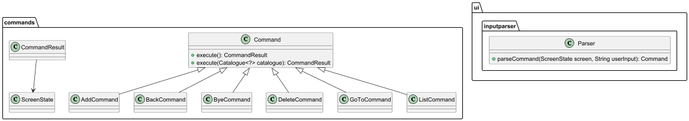
The PlantUML diagram docs/diagrams/logic.png in ChingWhee/tp, before a commit. Source of this version:
```plantuml
@startuml
package "commands" {
    class Command {
        +execute(): CommandResult
        +execute(Catalogue<?> catalogue): CommandResult
    }
    Command <|-- AddCommand
    Command <|-- BackCommand
    Command <|-- ByeCommand
    Command <|-- DeleteCommand
    Command <|-- GoToCommand
    Command <|-- ListCommand
    CommandResult --> ScreenState
}

package "ui.inputparser" {
    class Parser {
        +parseCommand(ScreenState screen, String userInput): Command
    }
}
@enduml
```
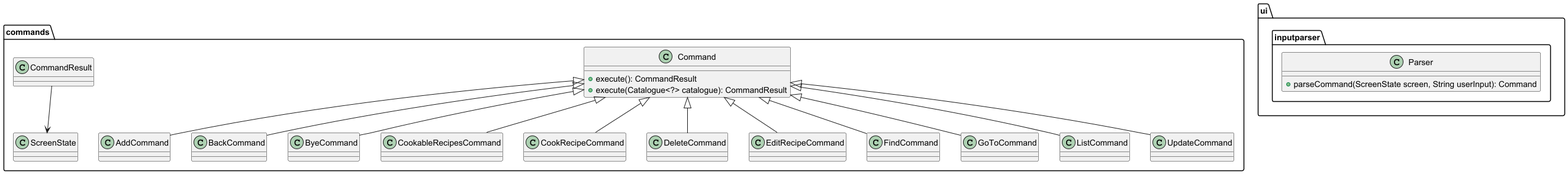
The same file after the commit.

Commit message:
fixed updateCommand bug, updated commands DG

Change to the diagram source:
```diff
@@ -7,9 +7,14 @@
     Command <|-- AddCommand
     Command <|-- BackCommand
     Command <|-- ByeCommand
+    Command <|-- CookableRecipesCommand
+    Command <|-- CookRecipeCommand
     Command <|-- DeleteCommand
+    Command <|-- EditRecipeCommand
+    Command <|-- FindCommand
     Command <|-- GoToCommand
     Command <|-- ListCommand
+    Command <|-- UpdateCommand
     CommandResult --> ScreenState
 }
 
```
